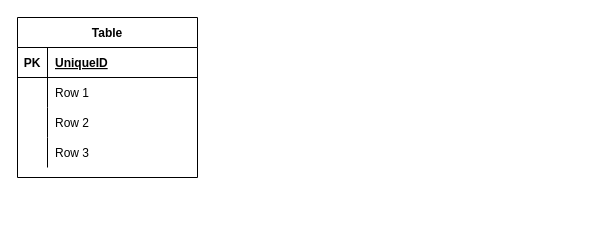
The draw.io diagram Schema-Poll DB.drawio in MDB-sys/MDB-sys.github.io, before the edit. Source tidied: cells renumbered, new cells numbered last; positions are measured from the earlier drawing's top-left corner, leaving out a move shared by most shapes. Both pictures are drawn from the tidied source at 100%, with x=0, y=0 at pixel (17, 17).
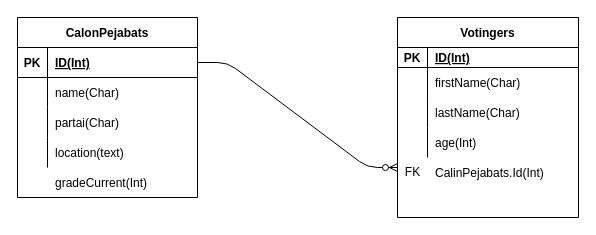
The same diagram, later.

Unchanged cells that the change refers to:
```xml
<mxCell id="3" style="shape=partialRectangle;fillColor=none;top=0;left=0;bottom=1;right=0;" parent="2" vertex="1">
  <mxGeometry y="30" width="180" height="30" as="geometry" />
</mxCell>
<mxCell id="6" style="shape=partialRectangle;fillColor=none;top=0;left=0;bottom=0;right=0;" parent="2" vertex="1">
  <mxGeometry y="60" width="180" height="30" as="geometry" />
</mxCell>
<mxCell id="9" style="shape=partialRectangle;fillColor=none;top=0;left=0;bottom=0;right=0;" parent="2" vertex="1">
  <mxGeometry y="90" width="180" height="30" as="geometry" />
</mxCell>
<mxCell id="12" style="shape=partialRectangle;fillColor=none;top=0;left=0;bottom=0;right=0;" parent="2" vertex="1">
  <mxGeometry y="120" width="180" height="30" as="geometry" />
</mxCell>
```

What changed in the source:
```diff
@@
-    <mxCell id="2" value="Table" style="shape=table;startSize=30;childLayout=tableLayout;rowLines=0;fontStyle=1;align=center;" parent="1" vertex="1">
-      <mxGeometry width="180" height="160" as="geometry" />
+    <mxCell id="2" value="CalonPejabats" style="shape=table;startSize=30;childLayout=tableLayout;rowLines=0;fontStyle=1;align=center;" parent="1" vertex="1">
+      <mxGeometry width="180" height="180" as="geometry" />
     </mxCell>
@@
-    <mxCell id="5" value="UniqueID" style="shape=partialRectangle;fillColor=none;top=0;left=0;bottom=0;right=0;align=left;spacingLeft=6;fontStyle=5;overflow=hidden;" parent="3" vertex="1">
+    <mxCell id="5" value="ID(Int)" style="shape=partialRectangle;fillColor=none;top=0;left=0;bottom=0;right=0;align=left;spacingLeft=6;fontStyle=5;overflow=hidden;" parent="3" vertex="1">
       <mxGeometry x="30" width="150" height="30" as="geometry" />
     </mxCell>
@@
-    <mxCell id="8" value="Row 1" style="shape=partialRectangle;fillColor=none;top=0;left=0;bottom=0;right=0;align=left;spacingLeft=6;overflow=hidden;" parent="6" vertex="1">
+    <mxCell id="8" value="name(Char)" style="shape=partialRectangle;fillColor=none;top=0;left=0;bottom=0;right=0;align=left;spacingLeft=6;overflow=hidden;" parent="6" vertex="1">
       <mxGeometry x="30" width="150" height="30" as="geometry" />
     </mxCell>
@@
-    <mxCell id="11" value="Row 2" style="shape=partialRectangle;fillColor=none;top=0;left=0;bottom=0;right=0;align=left;spacingLeft=6;overflow=hidden;" parent="9" vertex="1">
+    <mxCell id="11" value="partai(Char)" style="shape=partialRectangle;fillColor=none;top=0;left=0;bottom=0;right=0;align=left;spacingLeft=6;overflow=hidden;" parent="9" vertex="1">
       <mxGeometry x="30" width="150" height="30" as="geometry" />
     </mxCell>
@@
-    <mxCell id="14" value="Row 3" style="shape=partialRectangle;fillColor=none;top=0;left=0;bottom=0;right=0;align=left;spacingLeft=6;overflow=hidden;" parent="12" vertex="1">
+    <mxCell id="14" value="location(text)" style="shape=partialRectangle;fillColor=none;top=0;left=0;bottom=0;right=0;align=left;spacingLeft=6;overflow=hidden;" parent="12" vertex="1">
       <mxGeometry x="30" width="150" height="30" as="geometry" />
     </mxCell>
+    <mxCell id="15" value="Votingers" style="shape=table;startSize=30;childLayout=tableLayout;rowLines=0;fontStyle=1;align=center;" parent="1" vertex="1">
+      <mxGeometry x="380" width="181" height="200" as="geometry" />
+    </mxCell>
+    <mxCell id="16" style="shape=partialRectangle;fillColor=none;top=0;left=0;bottom=1;right=0;" parent="15" vertex="1">
+      <mxGeometry y="30" width="181" height="20" as="geometry" />
+    </mxCell>
+    <mxCell id="17" value="PK" style="shape=partialRectangle;fillColor=none;top=0;left=0;bottom=0;right=0;fontStyle=1;overflow=hidden;" parent="16" vertex="1">
+      <mxGeometry width="30" height="20" as="geometry" />
+    </mxCell>
+    <mxCell id="18" value="ID(Int)" style="shape=partialRectangle;fillColor=none;top=0;left=0;bottom=0;right=0;align=left;spacingLeft=6;fontStyle=5;overflow=hidden;" parent="16" vertex="1">
+      <mxGeometry x="30" width="151" height="20" as="geometry" />
+    </mxCell>
+    <mxCell id="19" style="shape=partialRectangle;fillColor=none;top=0;left=0;bottom=0;right=0;" parent="15" vertex="1">
+      <mxGeometry y="50" width="181" height="30" as="geometry" />
+    </mxCell>
+    <mxCell id="20" style="shape=partialRectangle;fillColor=none;top=0;left=0;bottom=0;right=0;overflow=hidden;" parent="19" vertex="1">
+      <mxGeometry width="30" height="30" as="geometry" />
+    </mxCell>
+    <mxCell id="21" value="firstName(Char)" style="shape=partialRectangle;fillColor=none;top=0;left=0;bottom=0;right=0;align=left;spacingLeft=6;overflow=hidden;" parent="19" vertex="1">
+      <mxGeometry x="30" width="151" height="30" as="geometry" />
+    </mxCell>
+    <mxCell id="22" style="shape=partialRectangle;fillColor=none;top=0;left=0;bottom=0;right=0;" parent="15" vertex="1">
+      <mxGeometry y="80" width="181" height="30" as="geometry" />
+    </mxCell>
+    <mxCell id="23" style="shape=partialRectangle;fillColor=none;top=0;left=0;bottom=0;right=0;overflow=hidden;" parent="22" vertex="1">
+      <mxGeometry width="30" height="30" as="geometry" />
+    </mxCell>
+    <mxCell id="24" value="lastName(Char)" style="shape=partialRectangle;fillColor=none;top=0;left=0;bottom=0;right=0;align=left;spacingLeft=6;overflow=hidden;" parent="22" vertex="1">
+      <mxGeometry x="30" width="151" height="30" as="geometry" />
+    </mxCell>
+    <mxCell id="25" style="shape=partialRectangle;fillColor=none;top=0;left=0;bottom=0;right=0;" parent="15" vertex="1">
+      <mxGeometry y="110" width="181" height="30" as="geometry" />
+    </mxCell>
+    <mxCell id="26" style="shape=partialRectangle;fillColor=none;top=0;left=0;bottom=0;right=0;overflow=hidden;" parent="25" vertex="1">
+      <mxGeometry width="30" height="30" as="geometry" />
+    </mxCell>
+    <mxCell id="27" value="age(Int)" style="shape=partialRectangle;fillColor=none;top=0;left=0;bottom=0;right=0;align=left;spacingLeft=6;overflow=hidden;" parent="25" vertex="1">
+      <mxGeometry x="30" width="151" height="30" as="geometry" />
+    </mxCell>
+    <mxCell id="28" value="gradeCurrent(Int)" style="shape=partialRectangle;fillColor=none;top=0;left=0;bottom=0;right=0;align=left;spacingLeft=6;overflow=hidden;" parent="1" vertex="1">
+      <mxGeometry x="30" y="150" width="150" height="30" as="geometry" />
+    </mxCell>
+    <mxCell id="29" style="edgeStyle=entityRelationEdgeStyle;fontSize=12;html=1;endArrow=ERzeroToMany;endFill=1;entryX=0;entryY=0.75;entryDx=0;entryDy=0;exitX=1;exitY=0.25;exitDx=0;exitDy=0;" parent="1" edge="1" source="2" target="15">
+      <mxGeometry relative="1" as="geometry" />
+    </mxCell>
+    <mxCell id="30" value="CalinPejabats.Id(Int)" style="shape=partialRectangle;fillColor=none;top=0;left=0;bottom=0;right=0;align=left;spacingLeft=6;overflow=hidden;" parent="1" vertex="1">
+      <mxGeometry x="410" y="140" width="151" height="30" as="geometry" />
+    </mxCell>
+    <mxCell id="31" value="FK" style="text;html=1;align=center;verticalAlign=middle;" parent="1" vertex="1">
+      <mxGeometry x="380" y="145" width="30" height="20" as="geometry" />
+    </mxCell>
```
